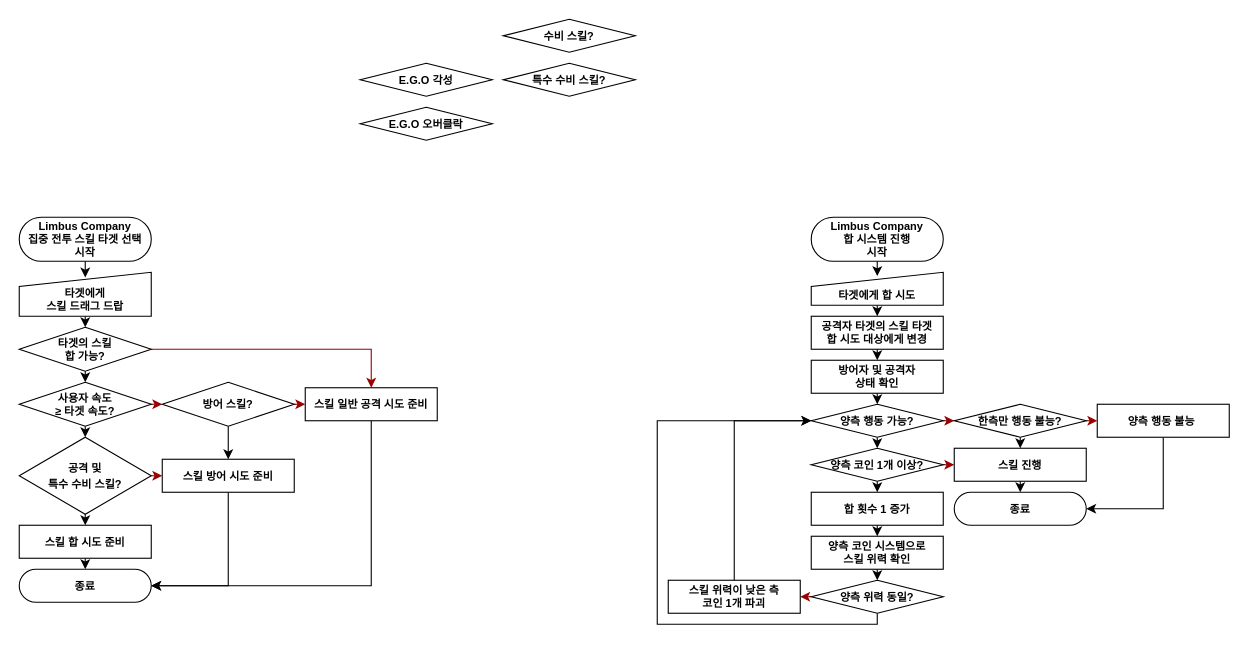
yjk0401/unityenginebasic_9th keeps this draw.io diagram as 기획/림버스 컴퍼니/합 시스템.drawio. Above is the earlier version. Source tidied: cells renumbered, new cells numbered last; positions are measured from the earlier drawing's top-left corner, leaving out a move shared by most shapes. Both pictures are drawn from the tidied source at 110%, with x=0, y=0 at pixel (19, 19).
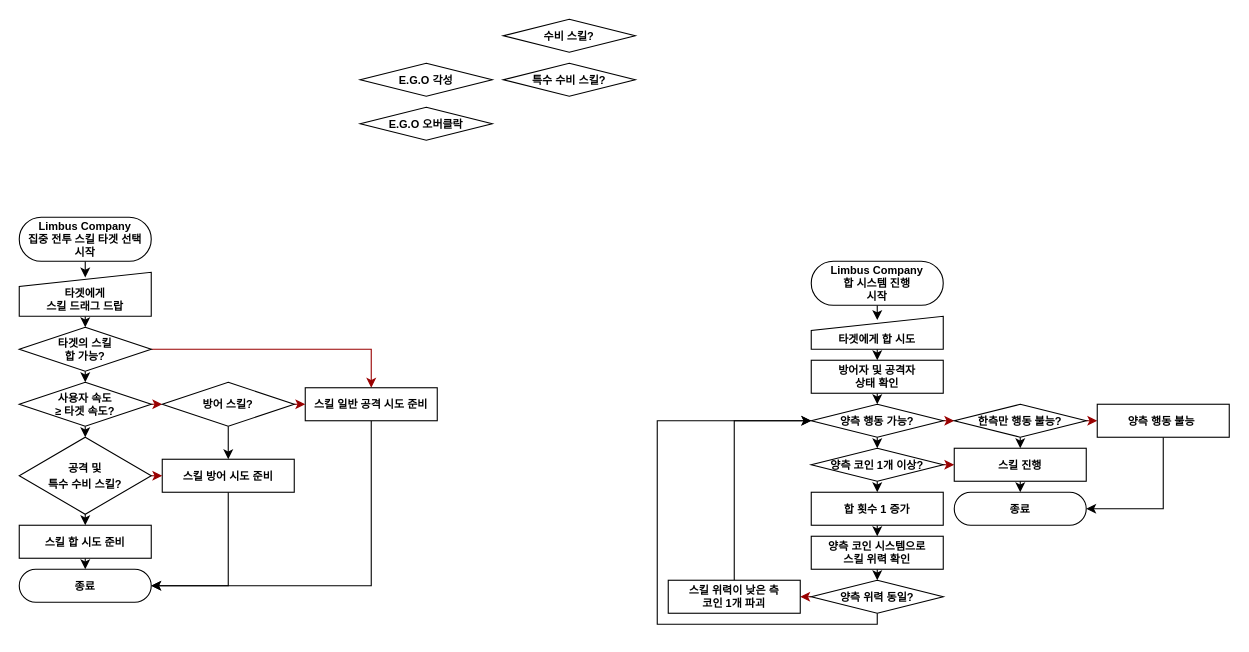
The same diagram, later.

Unchanged cells that the change refers to:
```xml
<mxCell id="34" value="방어자 및 공격자&lt;div&gt;상태 확인&lt;/div&gt;" style="rounded=1;whiteSpace=wrap;html=1;arcSize=0;fontSize=10;fontStyle=1;strokeWidth=1;" parent="1" vertex="1">
  <mxGeometry x="720" y="310" width="120" height="30" as="geometry" />
</mxCell>
```

The edit, as a diff of the source:
```diff
@@
     <mxCell id="30" value="Limbus Company&lt;br&gt;&lt;div&gt;합 시스템 진행&lt;/div&gt;&lt;div&gt;시작&lt;/div&gt;" style="rounded=1;whiteSpace=wrap;html=1;arcSize=50;fontSize=10;fontStyle=1;strokeWidth=1;" parent="1" vertex="1">
-      <mxGeometry x="720" y="180" width="120" height="40" as="geometry" />
+      <mxGeometry x="720" y="220" width="120" height="40" as="geometry" />
     </mxCell>
-    <mxCell id="31" style="edgeStyle=orthogonalEdgeStyle;rounded=0;jettySize=auto;html=1;exitX=0.5;exitY=1;exitDx=0;exitDy=0;entryX=0.5;entryY=0;entryDx=0;entryDy=0;" parent="1" edge="1" source="32" target="54">
-      <mxGeometry relative="1" as="geometry" />
-    </mxCell>
+    <mxCell id="60" style="edgeStyle=orthogonalEdgeStyle;rounded=0;jettySize=auto;html=1;exitX=0.5;exitY=1;exitDx=0;exitDy=0;entryX=0.5;entryY=0;entryDx=0;entryDy=0;" parent="1" edge="1" source="32" target="34">
+      <mxGeometry relative="1" as="geometry" />
+    </mxCell>
     <mxCell id="32" value="&lt;b&gt;타겟에게 합 시도&lt;/b&gt;" style="shape=manualInput;whiteSpace=wrap;html=1;size=13;fontSize=10;verticalAlign=bottom;strokeWidth=1;" parent="1" vertex="1">
-      <mxGeometry x="720" y="230" width="120" height="30" as="geometry" />
+      <mxGeometry x="720" y="270" width="120" height="30" as="geometry" />
     </mxCell>
@@
-    <mxCell id="53" style="edgeStyle=orthogonalEdgeStyle;rounded=0;jettySize=auto;html=1;exitX=0.5;exitY=1;exitDx=0;exitDy=0;entryX=0.5;entryY=0;entryDx=0;entryDy=0;" parent="1" edge="1" source="54" target="34">
-      <mxGeometry relative="1" as="geometry" />
-    </mxCell>
-    <mxCell id="54" value="공격자 타겟의 스킬 타겟&lt;div&gt;합&amp;nbsp;&lt;span style=&quot;background-color: transparent; color: light-dark(rgb(0, 0, 0), rgb(255, 255, 255));&quot;&gt;시도 대상에게 변경&lt;/span&gt;&lt;/div&gt;" style="rounded=1;whiteSpace=wrap;html=1;arcSize=0;fontSize=10;fontStyle=1;strokeWidth=1;" parent="1" vertex="1">
-      <mxGeometry x="720" y="270" width="120" height="30" as="geometry" />
-    </mxCell>
```
